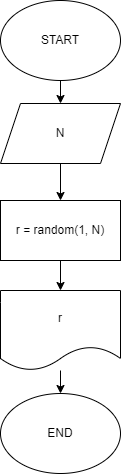
The draw.io diagram ex001.drawio.png in 9kopb1337/practice_temp, before a commit. Source tidied: cells renumbered, new cells last; positions are measured from the earlier drawing's top-left corner, leaving out a move shared by most shapes.
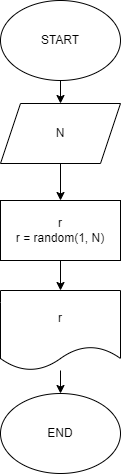
After the change.

The edit, as a diff of the source:
```diff
@@ -20,7 +20,7 @@
     <mxCell id="7" style="edgeStyle=none;html=1;" parent="1" edge="1" source="8" target="10">
       <mxGeometry relative="1" as="geometry" />
     </mxCell>
-    <mxCell id="8" value="r = random(1, N)" style="rounded=0;whiteSpace=wrap;html=1;" parent="1" vertex="1">
+    <mxCell id="8" value="r&lt;br&gt;r = random(1, N)" style="rounded=0;whiteSpace=wrap;html=1;" parent="1" vertex="1">
       <mxGeometry y="200" width="120" height="60" as="geometry" />
     </mxCell>
     <mxCell id="9" style="edgeStyle=none;html=1;" parent="1" edge="1" source="10" target="4">
```
